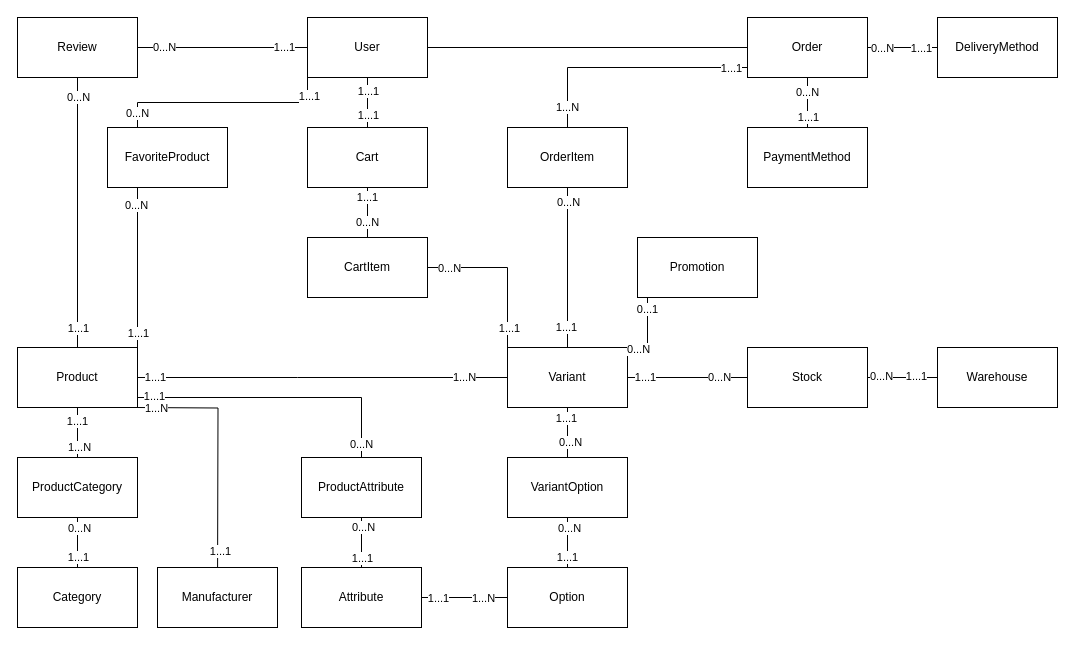
Earlier version of the draw.io diagram lesson-1/diagram-erd/diagram-erd.drawio (Skiperpol/projektowanie-baz-danych). Source tidied: cells renumbered, new cells numbered last; positions are measured from the earlier drawing's top-left corner, leaving out a move shared by most shapes. Both pictures are drawn from the tidied source at 100%, with x=0, y=0 at pixel (17, 17).
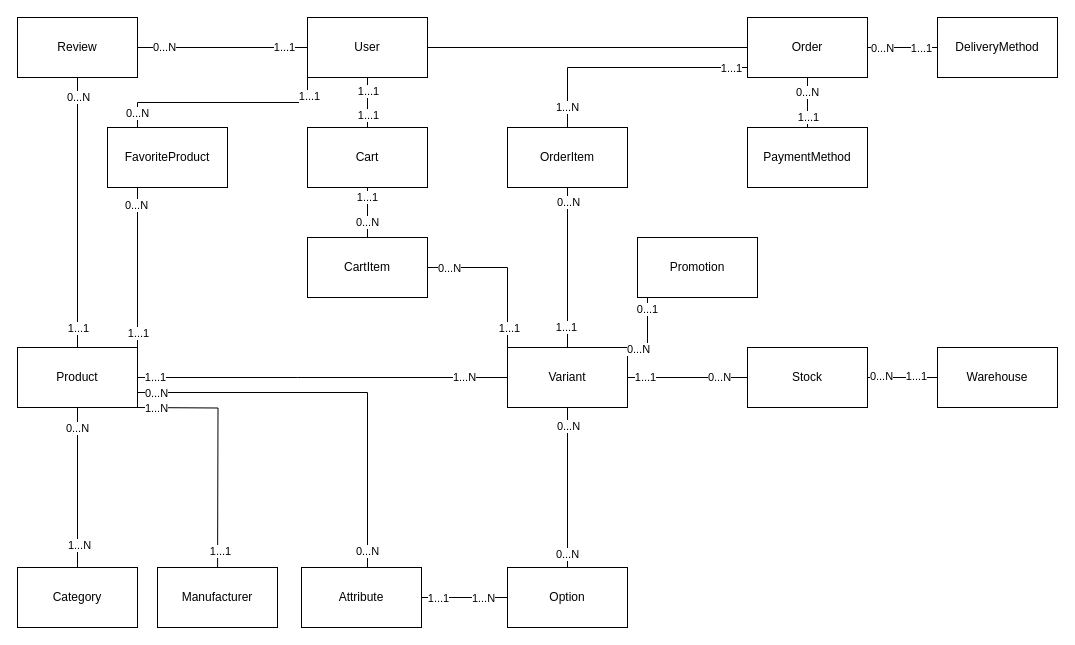
The same diagram, later.

Commit message (it also covers changes not shown here):
fix: update ERD diagram structure and relationships for clarity

The change refers to these unchanged cells:
```xml
<mxCell id="29" value="Product" style="rounded=0;whiteSpace=wrap;html=1;" parent="1" vertex="1">
  <mxGeometry y="330" width="120" height="60" as="geometry" />
</mxCell>
<mxCell id="30" value="Variant" style="rounded=0;whiteSpace=wrap;html=1;" parent="1" vertex="1">
  <mxGeometry x="490" y="330" width="120" height="60" as="geometry" />
</mxCell>
<mxCell id="41" value="Attribute" style="rounded=0;whiteSpace=wrap;html=1;" parent="1" vertex="1">
  <mxGeometry x="284" y="550" width="120" height="60" as="geometry" />
</mxCell>
<mxCell id="68" value="Category" style="rounded=0;whiteSpace=wrap;html=1;" parent="1" vertex="1">
  <mxGeometry y="550" width="120" height="60" as="geometry" />
</mxCell>
<mxCell id="79" value="Option" style="rounded=0;whiteSpace=wrap;html=1;" parent="1" vertex="1">
  <mxGeometry x="490" y="550" width="120" height="60" as="geometry" />
</mxCell>
```

Diff of the diagram source:
```diff
@@
-    <mxCell id="26" style="edgeStyle=orthogonalEdgeStyle;rounded=0;jettySize=auto;html=1;endArrow=none;endFill=0;" parent="1" edge="1" source="29" target="32">
-      <mxGeometry relative="1" as="geometry" />
-    </mxCell>
-    <mxCell id="27" value="1...1" style="edgeLabel;html=1;align=center;verticalAlign=middle;" parent="26" vertex="1">
-      <mxGeometry x="-0.49" y="-1" relative="1" as="geometry" />
-    </mxCell>
+    <mxCell id="94" style="edgeStyle=orthogonalEdgeStyle;rounded=0;jettySize=auto;html=1;exitX=0.5;exitY=1;exitDx=0;exitDy=0;entryX=0.5;entryY=0;entryDx=0;entryDy=0;endArrow=none;endFill=0;" parent="1" edge="1" source="29" target="68">
+      <mxGeometry relative="1" as="geometry" />
+    </mxCell>
+    <mxCell id="95" value="0...N" style="edgeLabel;html=1;align=center;verticalAlign=middle;" parent="94" vertex="1">
+      <mxGeometry x="-0.75" y="-1" relative="1" as="geometry" />
+    </mxCell>
-    <mxCell id="28" value="1...N" style="edgeLabel;html=1;align=center;verticalAlign=middle;" parent="26" vertex="1">
-      <mxGeometry x="0.54" y="1" relative="1" as="geometry" />
+    <mxCell id="28" value="1...N" style="edgeLabel;html=1;align=center;verticalAlign=middle;" parent="94" vertex="1">
+      <mxGeometry x="0.71" y="1" relative="1" as="geometry" />
     </mxCell>
+    <mxCell id="96" style="edgeStyle=orthogonalEdgeStyle;rounded=0;jettySize=auto;html=1;exitX=1;exitY=0.75;exitDx=0;exitDy=0;entryX=0.5;entryY=0;entryDx=0;entryDy=0;endArrow=none;endFill=0;" parent="1" edge="1" source="29" target="41">
+      <mxGeometry relative="1" as="geometry">
+        <Array as="points">
+          <mxPoint x="350" y="375" />
+          <mxPoint x="350" y="550" />
+        </Array>
+      </mxGeometry>
+    </mxCell>
+    <mxCell id="97" value="0...N" style="edgeLabel;html=1;align=center;verticalAlign=middle;" parent="96" vertex="1">
+      <mxGeometry x="-0.91" relative="1" as="geometry" />
+    </mxCell>
+    <mxCell id="98" value="0...N" style="edgeLabel;html=1;align=center;verticalAlign=middle;" parent="96" vertex="1">
+      <mxGeometry x="0.89" y="-1" relative="1" as="geometry" />
+    </mxCell>
@@
+    <mxCell id="99" style="edgeStyle=orthogonalEdgeStyle;rounded=0;jettySize=auto;html=1;exitX=0.5;exitY=1;exitDx=0;exitDy=0;entryX=0.5;entryY=0;entryDx=0;entryDy=0;endArrow=none;endFill=0;" parent="1" edge="1" source="30" target="79">
+      <mxGeometry relative="1" as="geometry" />
+    </mxCell>
+    <mxCell id="100" value="0...N" style="edgeLabel;html=1;align=center;verticalAlign=middle;" parent="99" vertex="1">
+      <mxGeometry x="-0.77" relative="1" as="geometry" />
+    </mxCell>
+    <mxCell id="101" value="0...N" style="edgeLabel;html=1;align=center;verticalAlign=middle;" parent="99" vertex="1">
+      <mxGeometry x="0.82" y="-1" relative="1" as="geometry" />
+    </mxCell>
@@
-    <mxCell id="32" value="ProductCategory" style="rounded=0;whiteSpace=wrap;html=1;" parent="1" vertex="1">
-      <mxGeometry y="440" width="120" height="60" as="geometry" />
-    </mxCell>
@@
-    <mxCell id="69" style="edgeStyle=orthogonalEdgeStyle;rounded=0;jettySize=auto;html=1;entryX=0.5;entryY=1;entryDx=0;entryDy=0;endArrow=none;endFill=0;" parent="1" edge="1" source="68" target="32">
-      <mxGeometry relative="1" as="geometry" />
-    </mxCell>
-    <mxCell id="70" value="1...1" style="edgeLabel;html=1;align=center;verticalAlign=middle;" parent="69" vertex="1">
-      <mxGeometry x="-0.56" relative="1" as="geometry" />
-    </mxCell>
-    <mxCell id="71" value="0...N" style="edgeLabel;html=1;align=center;verticalAlign=middle;" parent="69" vertex="1">
-      <mxGeometry x="0.67" y="-1" relative="1" as="geometry">
-        <mxPoint y="2" as="offset" />
-      </mxGeometry>
-    </mxCell>
@@
-    <mxCell id="80" style="edgeStyle=orthogonalEdgeStyle;rounded=0;jettySize=auto;html=1;exitX=0.5;exitY=0;exitDx=0;exitDy=0;endArrow=none;endFill=0;" parent="1" edge="1" source="86">
-      <mxGeometry relative="1" as="geometry">
-        <mxPoint x="120" y="380" as="targetPoint" />
-        <Array as="points">
-          <mxPoint x="344" y="380" />
-        </Array>
-      </mxGeometry>
-    </mxCell>
-    <mxCell id="81" value="1...1" style="edgeLabel;html=1;align=center;verticalAlign=middle;" parent="80" vertex="1">
-      <mxGeometry x="0.89" y="-2" relative="1" as="geometry" />
-    </mxCell>
-    <mxCell id="82" value="0...N" style="edgeLabel;html=1;align=center;verticalAlign=middle;" parent="80" vertex="1">
-      <mxGeometry x="-0.9" y="1" relative="1" as="geometry" />
-    </mxCell>
-    <mxCell id="83" style="edgeStyle=orthogonalEdgeStyle;rounded=0;jettySize=auto;html=1;exitX=0.5;exitY=1;exitDx=0;exitDy=0;entryX=0.5;entryY=0;entryDx=0;entryDy=0;endArrow=none;endFill=0;" parent="1" edge="1" source="86" target="41">
-      <mxGeometry relative="1" as="geometry" />
-    </mxCell>
-    <mxCell id="84" value="1...1" style="edgeLabel;html=1;align=center;verticalAlign=middle;" parent="83" vertex="1">
-      <mxGeometry x="0.25" y="-1" relative="1" as="geometry">
-        <mxPoint x="1" y="9" as="offset" />
-      </mxGeometry>
-    </mxCell>
-    <mxCell id="85" value="0...N" style="edgeLabel;html=1;align=center;verticalAlign=middle;" parent="83" vertex="1">
-      <mxGeometry x="-0.63" y="1" relative="1" as="geometry" />
-    </mxCell>
-    <mxCell id="86" value="ProductAttribute" style="rounded=0;whiteSpace=wrap;html=1;" parent="1" vertex="1">
-      <mxGeometry x="284" y="440" width="120" height="60" as="geometry" />
-    </mxCell>
-    <mxCell id="87" style="edgeStyle=orthogonalEdgeStyle;rounded=0;jettySize=auto;html=1;endArrow=none;endFill=0;" parent="1" edge="1" source="93" target="30">
-      <mxGeometry relative="1" as="geometry" />
-    </mxCell>
-    <mxCell id="88" value="0...N" style="edgeLabel;html=1;align=center;verticalAlign=middle;" parent="87" vertex="1">
-      <mxGeometry x="-0.36" y="-2" relative="1" as="geometry" />
-    </mxCell>
-    <mxCell id="89" value="1...1" style="edgeLabel;html=1;align=center;verticalAlign=middle;" parent="87" vertex="1">
-      <mxGeometry x="0.59" y="2" relative="1" as="geometry" />
-    </mxCell>
-    <mxCell id="90" style="edgeStyle=orthogonalEdgeStyle;rounded=0;jettySize=auto;html=1;endArrow=none;endFill=0;" parent="1" edge="1" source="93" target="79">
-      <mxGeometry relative="1" as="geometry" />
-    </mxCell>
-    <mxCell id="91" value="1...1" style="edgeLabel;html=1;align=center;verticalAlign=middle;" parent="90" vertex="1">
-      <mxGeometry x="0.54" y="-1" relative="1" as="geometry" />
-    </mxCell>
-    <mxCell id="92" value="0...N" style="edgeLabel;html=1;align=center;verticalAlign=middle;" parent="90" vertex="1">
-      <mxGeometry x="-0.59" y="1" relative="1" as="geometry" />
-    </mxCell>
-    <mxCell id="93" value="VariantOption" style="rounded=0;whiteSpace=wrap;html=1;" parent="1" vertex="1">
-      <mxGeometry x="490" y="440" width="120" height="60" as="geometry" />
-    </mxCell>
```
